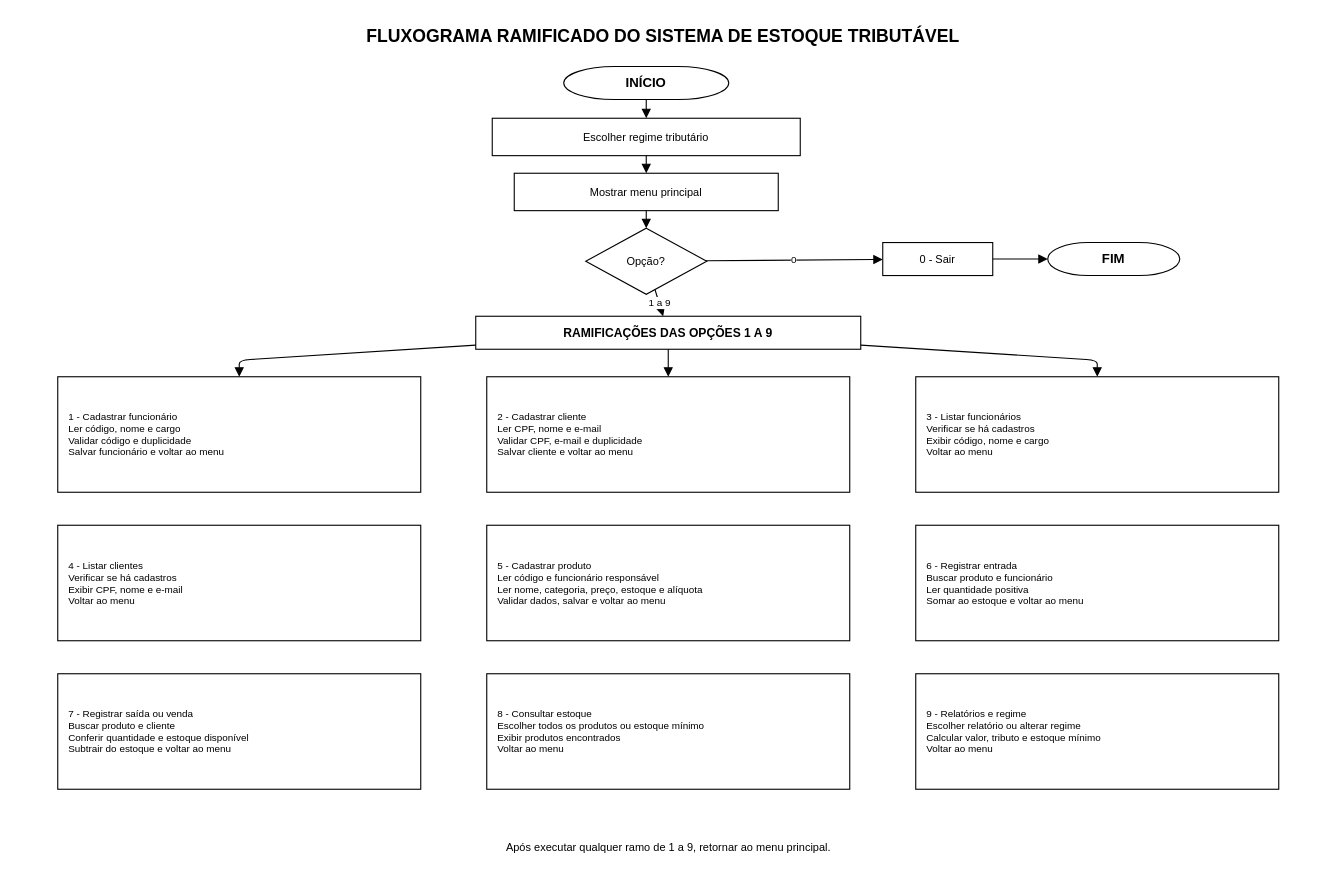
Above: Fluxograma_PI_A4.drawio in xfcvw/sistema-estoque-tributavel (draw.io), before the change. Source tidied: cells renumbered, new cells numbered last; positions are measured from the earlier drawing's top-left corner, leaving out a move shared by most shapes. Both pictures are drawn from the tidied source at 110%, with x=0, y=0 at pixel (57, 19).
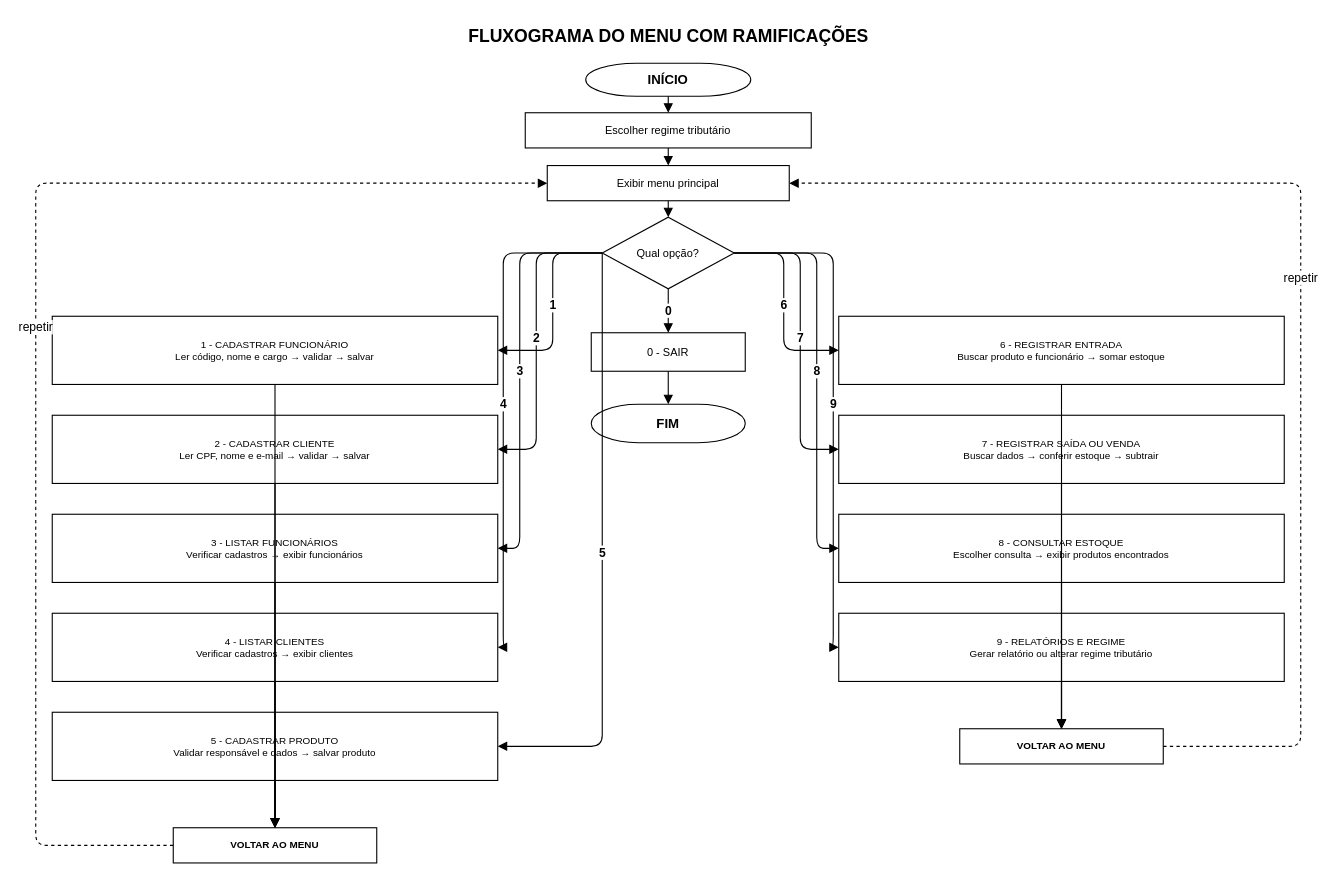
Above is the later version.

Commit message:
fix: adiciona setas para todas as opções do fluxograma

The edit, as a diff of the source:
```diff
@@
-    <mxCell id="2" value="FLUXOGRAMA RAMIFICADO DO SISTEMA DE ESTOQUE TRIBUTÁVEL" style="text;html=1;align=center;verticalAlign=middle;fontSize=16;fontStyle=1;fontColor=#000000;" parent="1" vertex="1">
-      <mxGeometry x="150" width="800" height="30" as="geometry" />
+    <mxCell id="2" value="FLUXOGRAMA DO MENU COM RAMIFICAÇÕES" style="text;html=1;align=center;verticalAlign=middle;fontSize=16;fontStyle=1;fontColor=#000000;" parent="1" vertex="1">
+      <mxGeometry x="230" width="650" height="30" as="geometry" />
     </mxCell>
-    <mxCell id="3" value="INÍCIO" style="shape=mxgraph.flowchart.terminator;whiteSpace=wrap;html=1;fillColor=#FFFFFF;strokeColor=#000000;fontColor=#000000;fontStyle=1;" parent="1" vertex="1">
-      <mxGeometry x="460" y="43" width="150" height="30" as="geometry" />
+    <mxCell id="3" value="INÍCIO" style="shape=mxgraph.flowchart.terminator;whiteSpace=wrap;html=1;fillColor=#FFFFFF;strokeColor=#000000;fontStyle=1;" parent="1" vertex="1">
+      <mxGeometry x="480" y="40" width="150" height="30" as="geometry" />
     </mxCell>
-    <mxCell id="4" value="Escolher regime tributário" style="rounded=0;whiteSpace=wrap;html=1;fillColor=#FFFFFF;strokeColor=#000000;fontColor=#000000;fontSize=10;" parent="1" vertex="1">
-      <mxGeometry x="395" y="90" width="280" height="34" as="geometry" />
+    <mxCell id="4" value="Escolher regime tributário" style="whiteSpace=wrap;html=1;fillColor=#FFFFFF;strokeColor=#000000;fontSize=10;" parent="1" vertex="1">
+      <mxGeometry x="425" y="85" width="260" height="32" as="geometry" />
     </mxCell>
-    <mxCell id="5" value="Mostrar menu principal" style="rounded=0;whiteSpace=wrap;html=1;fillColor=#FFFFFF;strokeColor=#000000;fontColor=#000000;fontSize=10;" parent="1" vertex="1">
-      <mxGeometry x="415" y="140" width="240" height="34" as="geometry" />
+    <mxCell id="5" value="Exibir menu principal" style="whiteSpace=wrap;html=1;fillColor=#FFFFFF;strokeColor=#000000;fontSize=10;" parent="1" vertex="1">
+      <mxGeometry x="445" y="133" width="220" height="32" as="geometry" />
     </mxCell>
-    <mxCell id="6" value="Opção?" style="rhombus;whiteSpace=wrap;html=1;fillColor=#FFFFFF;strokeColor=#000000;fontColor=#000000;fontSize=10;" parent="1" vertex="1">
-      <mxGeometry x="480" y="190" width="110" height="60" as="geometry" />
+    <mxCell id="6" value="Qual opção?" style="rhombus;whiteSpace=wrap;html=1;fillColor=#FFFFFF;strokeColor=#000000;fontSize=10;" parent="1" vertex="1">
+      <mxGeometry x="495" y="180" width="120" height="65" as="geometry" />
     </mxCell>
-    <mxCell id="7" value="0 - Sair" style="rounded=0;whiteSpace=wrap;html=1;fillColor=#FFFFFF;strokeColor=#000000;fontColor=#000000;fontSize=10;" parent="1" vertex="1">
-      <mxGeometry x="750" y="203" width="100" height="30" as="geometry" />
-    </mxCell>
-    <mxCell id="8" value="FIM" style="shape=mxgraph.flowchart.terminator;whiteSpace=wrap;html=1;fillColor=#FFFFFF;strokeColor=#000000;fontColor=#000000;fontStyle=1;" parent="1" vertex="1">
-      <mxGeometry x="900" y="203" width="120" height="30" as="geometry" />
-    </mxCell>
-    <mxCell id="9" value="RAMIFICAÇÕES DAS OPÇÕES 1 A 9" style="rounded=0;whiteSpace=wrap;html=1;fillColor=#FFFFFF;strokeColor=#000000;fontColor=#000000;fontStyle=1;fontSize=11;" parent="1" vertex="1">
-      <mxGeometry x="380" y="270" width="350" height="30" as="geometry" />
-    </mxCell>
-    <mxCell id="10" value="1 - Cadastrar funcionário&lt;br&gt;Ler código, nome e cargo&lt;br&gt;Validar código e duplicidade&lt;br&gt;Salvar funcionário e voltar ao menu" style="rounded=0;whiteSpace=wrap;html=1;fillColor=#FFFFFF;strokeColor=#000000;fontColor=#000000;fontSize=9;align=left;spacingLeft=8;" parent="1" vertex="1">
-      <mxGeometry y="325" width="330" height="105" as="geometry" />
+    <mxCell id="10" value="1 - CADASTRAR FUNCIONÁRIO&lt;br&gt;Ler código, nome e cargo → validar → salvar" style="whiteSpace=wrap;html=1;fillColor=#FFFFFF;strokeColor=#000000;fontSize=9;" parent="1" vertex="1">
+      <mxGeometry x="-5" y="270" width="405" height="62" as="geometry" />
     </mxCell>
-    <mxCell id="11" value="2 - Cadastrar cliente&lt;br&gt;Ler CPF, nome e e-mail&lt;br&gt;Validar CPF, e-mail e duplicidade&lt;br&gt;Salvar cliente e voltar ao menu" style="rounded=0;whiteSpace=wrap;html=1;fillColor=#FFFFFF;strokeColor=#000000;fontColor=#000000;fontSize=9;align=left;spacingLeft=8;" parent="1" vertex="1">
-      <mxGeometry x="390" y="325" width="330" height="105" as="geometry" />
+    <mxCell id="11" value="2 - CADASTRAR CLIENTE&lt;br&gt;Ler CPF, nome e e-mail → validar → salvar" style="whiteSpace=wrap;html=1;fillColor=#FFFFFF;strokeColor=#000000;fontSize=9;" parent="1" vertex="1">
+      <mxGeometry x="-5" y="360" width="405" height="62" as="geometry" />
     </mxCell>
-    <mxCell id="12" value="3 - Listar funcionários&lt;br&gt;Verificar se há cadastros&lt;br&gt;Exibir código, nome e cargo&lt;br&gt;Voltar ao menu" style="rounded=0;whiteSpace=wrap;html=1;fillColor=#FFFFFF;strokeColor=#000000;fontColor=#000000;fontSize=9;align=left;spacingLeft=8;" parent="1" vertex="1">
-      <mxGeometry x="780" y="325" width="330" height="105" as="geometry" />
+    <mxCell id="12" value="3 - LISTAR FUNCIONÁRIOS&lt;br&gt;Verificar cadastros → exibir funcionários" style="whiteSpace=wrap;html=1;fillColor=#FFFFFF;strokeColor=#000000;fontSize=9;" parent="1" vertex="1">
+      <mxGeometry x="-5" y="450" width="405" height="62" as="geometry" />
     </mxCell>
-    <mxCell id="13" value="4 - Listar clientes&lt;br&gt;Verificar se há cadastros&lt;br&gt;Exibir CPF, nome e e-mail&lt;br&gt;Voltar ao menu" style="rounded=0;whiteSpace=wrap;html=1;fillColor=#FFFFFF;strokeColor=#000000;fontColor=#000000;fontSize=9;align=left;spacingLeft=8;" parent="1" vertex="1">
-      <mxGeometry y="460" width="330" height="105" as="geometry" />
+    <mxCell id="13" value="4 - LISTAR CLIENTES&lt;br&gt;Verificar cadastros → exibir clientes" style="whiteSpace=wrap;html=1;fillColor=#FFFFFF;strokeColor=#000000;fontSize=9;" parent="1" vertex="1">
+      <mxGeometry x="-5" y="540" width="405" height="62" as="geometry" />
     </mxCell>
-    <mxCell id="14" value="5 - Cadastrar produto&lt;br&gt;Ler código e funcionário responsável&lt;br&gt;Ler nome, categoria, preço, estoque e alíquota&lt;br&gt;Validar dados, salvar e voltar ao menu" style="rounded=0;whiteSpace=wrap;html=1;fillColor=#FFFFFF;strokeColor=#000000;fontColor=#000000;fontSize=9;align=left;spacingLeft=8;" parent="1" vertex="1">
-      <mxGeometry x="390" y="460" width="330" height="105" as="geometry" />
+    <mxCell id="14" value="5 - CADASTRAR PRODUTO&lt;br&gt;Validar responsável e dados → salvar produto" style="whiteSpace=wrap;html=1;fillColor=#FFFFFF;strokeColor=#000000;fontSize=9;" parent="1" vertex="1">
+      <mxGeometry x="-5" y="630" width="405" height="62" as="geometry" />
     </mxCell>
-    <mxCell id="15" value="6 - Registrar entrada&lt;br&gt;Buscar produto e funcionário&lt;br&gt;Ler quantidade positiva&lt;br&gt;Somar ao estoque e voltar ao menu" style="rounded=0;whiteSpace=wrap;html=1;fillColor=#FFFFFF;strokeColor=#000000;fontColor=#000000;fontSize=9;align=left;spacingLeft=8;" parent="1" vertex="1">
-      <mxGeometry x="780" y="460" width="330" height="105" as="geometry" />
+    <mxCell id="15" value="6 - REGISTRAR ENTRADA&lt;br&gt;Buscar produto e funcionário → somar estoque" style="whiteSpace=wrap;html=1;fillColor=#FFFFFF;strokeColor=#000000;fontSize=9;" parent="1" vertex="1">
+      <mxGeometry x="710" y="270" width="405" height="62" as="geometry" />
     </mxCell>
-    <mxCell id="16" value="7 - Registrar saída ou venda&lt;br&gt;Buscar produto e cliente&lt;br&gt;Conferir quantidade e estoque disponível&lt;br&gt;Subtrair do estoque e voltar ao menu" style="rounded=0;whiteSpace=wrap;html=1;fillColor=#FFFFFF;strokeColor=#000000;fontColor=#000000;fontSize=9;align=left;spacingLeft=8;" parent="1" vertex="1">
-      <mxGeometry y="595" width="330" height="105" as="geometry" />
+    <mxCell id="16" value="7 - REGISTRAR SAÍDA OU VENDA&lt;br&gt;Buscar dados → conferir estoque → subtrair" style="whiteSpace=wrap;html=1;fillColor=#FFFFFF;strokeColor=#000000;fontSize=9;" parent="1" vertex="1">
+      <mxGeometry x="710" y="360" width="405" height="62" as="geometry" />
     </mxCell>
-    <mxCell id="17" value="8 - Consultar estoque&lt;br&gt;Escolher todos os produtos ou estoque mínimo&lt;br&gt;Exibir produtos encontrados&lt;br&gt;Voltar ao menu" style="rounded=0;whiteSpace=wrap;html=1;fillColor=#FFFFFF;strokeColor=#000000;fontColor=#000000;fontSize=9;align=left;spacingLeft=8;" parent="1" vertex="1">
-      <mxGeometry x="390" y="595" width="330" height="105" as="geometry" />
+    <mxCell id="17" value="8 - CONSULTAR ESTOQUE&lt;br&gt;Escolher consulta → exibir produtos encontrados" style="whiteSpace=wrap;html=1;fillColor=#FFFFFF;strokeColor=#000000;fontSize=9;" parent="1" vertex="1">
+      <mxGeometry x="710" y="450" width="405" height="62" as="geometry" />
     </mxCell>
-    <mxCell id="18" value="9 - Relatórios e regime&lt;br&gt;Escolher relatório ou alterar regime&lt;br&gt;Calcular valor, tributo e estoque mínimo&lt;br&gt;Voltar ao menu" style="rounded=0;whiteSpace=wrap;html=1;fillColor=#FFFFFF;strokeColor=#000000;fontColor=#000000;fontSize=9;align=left;spacingLeft=8;" parent="1" vertex="1">
-      <mxGeometry x="780" y="595" width="330" height="105" as="geometry" />
+    <mxCell id="18" value="9 - RELATÓRIOS E REGIME&lt;br&gt;Gerar relatório ou alterar regime tributário" style="whiteSpace=wrap;html=1;fillColor=#FFFFFF;strokeColor=#000000;fontSize=9;" parent="1" vertex="1">
+      <mxGeometry x="710" y="540" width="405" height="62" as="geometry" />
     </mxCell>
-    <mxCell id="19" value="Após executar qualquer ramo de 1 a 9, retornar ao menu principal." style="text;html=1;align=center;verticalAlign=middle;fontSize=10;fontColor=#000000;" parent="1" vertex="1">
-      <mxGeometry x="270" y="740" width="570" height="25" as="geometry" />
-    </mxCell>
+    <mxCell id="7" value="0 - SAIR" style="whiteSpace=wrap;html=1;fillColor=#FFFFFF;strokeColor=#000000;fontSize=10;" parent="1" vertex="1">
+      <mxGeometry x="485" y="285" width="140" height="35" as="geometry" />
+    </mxCell>
+    <mxCell id="8" value="FIM" style="shape=mxgraph.flowchart.terminator;whiteSpace=wrap;html=1;fillColor=#FFFFFF;strokeColor=#000000;fontStyle=1;" parent="1" vertex="1">
+      <mxGeometry x="485" y="350" width="140" height="35" as="geometry" />
+    </mxCell>
+    <mxCell id="29" value="VOLTAR AO MENU" style="whiteSpace=wrap;html=1;fillColor=#FFFFFF;strokeColor=#000000;fontStyle=1;fontSize=9;" parent="1" vertex="1">
+      <mxGeometry x="105" y="735" width="185" height="32" as="geometry" />
+    </mxCell>
+    <mxCell id="30" value="VOLTAR AO MENU" style="whiteSpace=wrap;html=1;fillColor=#FFFFFF;strokeColor=#000000;fontStyle=1;fontSize=9;" parent="1" vertex="1">
+      <mxGeometry x="820" y="645" width="185" height="32" as="geometry" />
+    </mxCell>
+    <mxCell id="31" style="endArrow=block;html=1;strokeColor=#000000;" parent="1" edge="1" source="3" target="4">
+      <mxGeometry relative="1" as="geometry" />
+    </mxCell>
+    <mxCell id="32" style="endArrow=block;html=1;strokeColor=#000000;" parent="1" edge="1" source="4" target="5">
+      <mxGeometry relative="1" as="geometry" />
+    </mxCell>
+    <mxCell id="33" style="endArrow=block;html=1;strokeColor=#000000;" parent="1" edge="1" source="5" target="6">
+      <mxGeometry relative="1" as="geometry" />
+    </mxCell>
+    <mxCell id="34" value="0" style="endArrow=block;html=1;strokeColor=#000000;fontStyle=1;edgeStyle=orthogonalEdgeStyle;" parent="1" edge="1" source="6" target="7">
+      <mxGeometry relative="1" as="geometry" />
+    </mxCell>
+    <mxCell id="35" style="endArrow=block;html=1;strokeColor=#000000;" parent="1" edge="1" source="7" target="8">
+      <mxGeometry relative="1" as="geometry" />
+    </mxCell>
-    <mxCell id="20" style="endArrow=block;html=1;strokeColor=#000000;" parent="1" edge="1" source="3" target="4">
-      <mxGeometry relative="1" as="geometry" />
+    <mxCell id="20" value="1" style="endArrow=block;html=1;strokeColor=#000000;fontStyle=1;edgeStyle=orthogonalEdgeStyle;exitX=0;exitY=0.5;" parent="1" edge="1" source="6" target="10">
+      <mxGeometry relative="1" as="geometry">
+        <Array as="points">
+          <mxPoint x="450" y="301" />
+        </Array>
+      </mxGeometry>
     </mxCell>
-    <mxCell id="21" style="endArrow=block;html=1;strokeColor=#000000;" parent="1" edge="1" source="4" target="5">
-      <mxGeometry relative="1" as="geometry" />
+    <mxCell id="21" value="2" style="endArrow=block;html=1;strokeColor=#000000;fontStyle=1;edgeStyle=orthogonalEdgeStyle;exitX=0;exitY=0.5;" parent="1" edge="1" source="6" target="11">
+      <mxGeometry relative="1" as="geometry">
+        <Array as="points">
+          <mxPoint x="435" y="391" />
+        </Array>
+      </mxGeometry>
     </mxCell>
-    <mxCell id="22" style="endArrow=block;html=1;strokeColor=#000000;" parent="1" edge="1" source="5" target="6">
-      <mxGeometry relative="1" as="geometry" />
+    <mxCell id="22" value="3" style="endArrow=block;html=1;strokeColor=#000000;fontStyle=1;edgeStyle=orthogonalEdgeStyle;exitX=0;exitY=0.5;" parent="1" edge="1" source="6" target="12">
+      <mxGeometry relative="1" as="geometry">
+        <Array as="points">
+          <mxPoint x="420" y="481" />
+        </Array>
+      </mxGeometry>
     </mxCell>
-    <mxCell id="23" value="1 a 9" style="endArrow=block;html=1;strokeColor=#000000;fontSize=9;" parent="1" edge="1" source="6" target="9">
-      <mxGeometry relative="1" as="geometry" />
+    <mxCell id="23" value="4" style="endArrow=block;html=1;strokeColor=#000000;fontStyle=1;edgeStyle=orthogonalEdgeStyle;exitX=0;exitY=0.5;" parent="1" edge="1" source="6" target="13">
+      <mxGeometry relative="1" as="geometry">
+        <Array as="points">
+          <mxPoint x="405" y="571" />
+        </Array>
+      </mxGeometry>
     </mxCell>
-    <mxCell id="24" value="0" style="endArrow=block;html=1;strokeColor=#000000;fontSize=9;" parent="1" edge="1" source="6" target="7">
-      <mxGeometry relative="1" as="geometry" />
+    <mxCell id="24" value="5" style="endArrow=block;html=1;strokeColor=#000000;fontStyle=1;edgeStyle=orthogonalEdgeStyle;exitX=0;exitY=0.5;" parent="1" edge="1" source="6" target="14">
+      <mxGeometry relative="1" as="geometry">
+        <Array as="points">
+          <mxPoint x="390" y="661" />
+        </Array>
+      </mxGeometry>
     </mxCell>
-    <mxCell id="25" style="endArrow=block;html=1;strokeColor=#000000;" parent="1" edge="1" source="7" target="8">
-      <mxGeometry relative="1" as="geometry" />
+    <mxCell id="25" value="6" style="endArrow=block;html=1;strokeColor=#000000;fontStyle=1;edgeStyle=orthogonalEdgeStyle;exitX=1;exitY=0.5;" parent="1" edge="1" source="6" target="15">
+      <mxGeometry relative="1" as="geometry">
+        <Array as="points">
+          <mxPoint x="660" y="301" />
+        </Array>
+      </mxGeometry>
     </mxCell>
-    <mxCell id="26" style="endArrow=block;html=1;strokeColor=#000000;" parent="1" edge="1" source="9" target="10">
+    <mxCell id="26" value="7" style="endArrow=block;html=1;strokeColor=#000000;fontStyle=1;edgeStyle=orthogonalEdgeStyle;exitX=1;exitY=0.5;" parent="1" edge="1" source="6" target="16">
       <mxGeometry relative="1" as="geometry">
         <Array as="points">
-          <mxPoint x="165" y="310" />
+          <mxPoint x="675" y="391" />
         </Array>
       </mxGeometry>
     </mxCell>
-    <mxCell id="27" style="endArrow=block;html=1;strokeColor=#000000;" parent="1" edge="1" source="9" target="11">
-      <mxGeometry relative="1" as="geometry" />
+    <mxCell id="27" value="8" style="endArrow=block;html=1;strokeColor=#000000;fontStyle=1;edgeStyle=orthogonalEdgeStyle;exitX=1;exitY=0.5;" parent="1" edge="1" source="6" target="17">
+      <mxGeometry relative="1" as="geometry">
+        <Array as="points">
+          <mxPoint x="690" y="481" />
+        </Array>
+      </mxGeometry>
     </mxCell>
-    <mxCell id="28" style="endArrow=block;html=1;strokeColor=#000000;" parent="1" edge="1" source="9" target="12">
+    <mxCell id="28" value="9" style="endArrow=block;html=1;strokeColor=#000000;fontStyle=1;edgeStyle=orthogonalEdgeStyle;exitX=1;exitY=0.5;" parent="1" edge="1" source="6" target="18">
       <mxGeometry relative="1" as="geometry">
         <Array as="points">
-          <mxPoint x="945" y="310" />
+          <mxPoint x="705" y="571" />
         </Array>
       </mxGeometry>
     </mxCell>
+    <mxCell id="36" style="endArrow=block;html=1;strokeColor=#000000;edgeStyle=orthogonalEdgeStyle;" parent="1" edge="1" source="10" target="29">
+      <mxGeometry relative="1" as="geometry" />
+    </mxCell>
+    <mxCell id="37" style="endArrow=block;html=1;strokeColor=#000000;edgeStyle=orthogonalEdgeStyle;" parent="1" edge="1" source="11" target="29">
+      <mxGeometry relative="1" as="geometry" />
+    </mxCell>
+    <mxCell id="38" style="endArrow=block;html=1;strokeColor=#000000;edgeStyle=orthogonalEdgeStyle;" parent="1" edge="1" source="12" target="29">
+      <mxGeometry relative="1" as="geometry" />
+    </mxCell>
+    <mxCell id="39" style="endArrow=block;html=1;strokeColor=#000000;edgeStyle=orthogonalEdgeStyle;" parent="1" edge="1" source="13" target="29">
+      <mxGeometry relative="1" as="geometry" />
+    </mxCell>
+    <mxCell id="40" style="endArrow=block;html=1;strokeColor=#000000;edgeStyle=orthogonalEdgeStyle;" parent="1" edge="1" source="14" target="29">
+      <mxGeometry relative="1" as="geometry" />
+    </mxCell>
+    <mxCell id="41" style="endArrow=block;html=1;strokeColor=#000000;edgeStyle=orthogonalEdgeStyle;" parent="1" edge="1" source="15" target="30">
+      <mxGeometry relative="1" as="geometry" />
+    </mxCell>
+    <mxCell id="42" style="endArrow=block;html=1;strokeColor=#000000;edgeStyle=orthogonalEdgeStyle;" parent="1" edge="1" source="16" target="30">
+      <mxGeometry relative="1" as="geometry" />
+    </mxCell>
+    <mxCell id="43" style="endArrow=block;html=1;strokeColor=#000000;edgeStyle=orthogonalEdgeStyle;" parent="1" edge="1" source="17" target="30">
+      <mxGeometry relative="1" as="geometry" />
+    </mxCell>
+    <mxCell id="44" style="endArrow=block;html=1;strokeColor=#000000;edgeStyle=orthogonalEdgeStyle;" parent="1" edge="1" source="18" target="30">
+      <mxGeometry relative="1" as="geometry" />
+    </mxCell>
+    <mxCell id="45" value="repetir" style="endArrow=block;html=1;strokeColor=#000000;dashed=1;edgeStyle=orthogonalEdgeStyle;" parent="1" edge="1" source="29" target="5">
+      <mxGeometry relative="1" as="geometry">
+        <Array as="points">
+          <mxPoint x="-20" y="751" />
+          <mxPoint x="-20" y="149" />
+        </Array>
+      </mxGeometry>
+    </mxCell>
+    <mxCell id="46" value="repetir" style="endArrow=block;html=1;strokeColor=#000000;dashed=1;edgeStyle=orthogonalEdgeStyle;" parent="1" edge="1" source="30" target="5">
+      <mxGeometry relative="1" as="geometry">
+        <Array as="points">
+          <mxPoint x="1130" y="661" />
+          <mxPoint x="1130" y="149" />
+        </Array>
+      </mxGeometry>
+    </mxCell>
```
